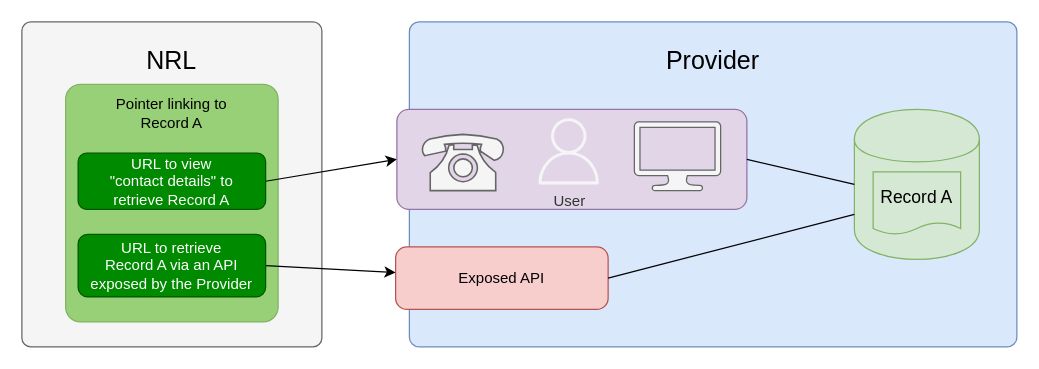
nhsconnect/FHIR-NRLS-API keeps this draw.io diagram as page "architecture/pointer_type_overview" (6 of 11) of images/NRL_images.drawio. Above is the earlier version. Source tidied: cells renumbered, new cells numbered last; positions are measured from the earlier drawing's top-left corner, leaving out a move shared by most shapes. Both pictures are drawn from the tidied source at 125%, with x=0, y=0 at pixel (21, 21).
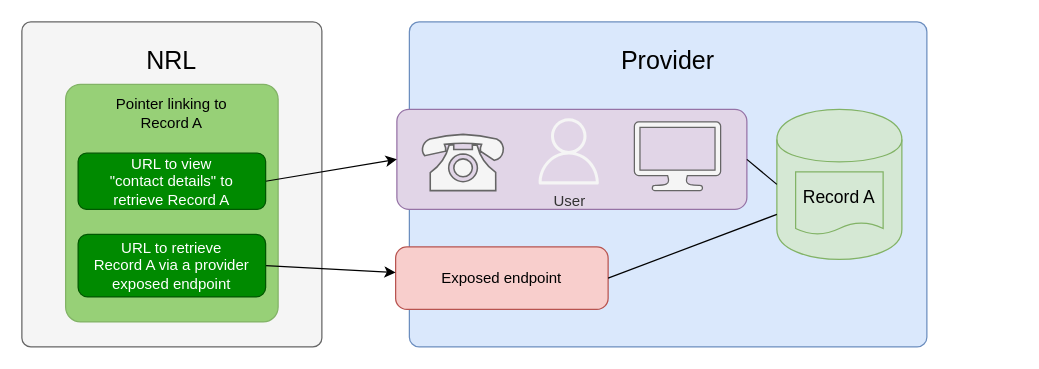
The same diagram, later.

Change to the diagram source:
```diff
@@
 <mxGraphModel>
   <root>
     <mxCell id="0" />
     <mxCell id="1" parent="0" />
     <mxCell id="2" style="rounded=1;whiteSpace=wrap;html=1;arcSize=3;fillColor=#f5f5f5;strokeColor=#666666;fontColor=#333333;" parent="1" vertex="1">
       <mxGeometry width="240" height="260" as="geometry" />
     </mxCell>
     <mxCell id="3" value="Pointer linking to&lt;br&gt;Record A &lt;br&gt;&lt;br&gt;&lt;br&gt;&lt;br&gt;&lt;br&gt;&lt;br&gt;&lt;br&gt;&lt;br&gt;&lt;br&gt;&lt;br&gt;&lt;br&gt;" style="rounded=1;whiteSpace=wrap;html=1;arcSize=7;fillColor=#97D077;strokeColor=#82b366;" parent="1" vertex="1">
       <mxGeometry x="35" y="50" width="170" height="190" as="geometry" />
     </mxCell>
     <mxCell id="4" style="rounded=1;whiteSpace=wrap;html=1;arcSize=3;fillColor=#dae8fc;strokeColor=#6c8ebf;" parent="1" vertex="1">
-      <mxGeometry x="310" width="486" height="260" as="geometry" />
+      <mxGeometry x="310" width="414" height="260" as="geometry" />
     </mxCell>
     <mxCell id="5" value="NRL" style="text;html=1;strokeColor=none;fillColor=none;align=center;verticalAlign=middle;whiteSpace=wrap;rounded=0;fontSize=20;" parent="1" vertex="1">
       <mxGeometry x="90" y="20" width="60" height="20" as="geometry" />
     </mxCell>
     <mxCell id="6" value="Provider" style="text;html=1;strokeColor=none;fillColor=none;align=center;verticalAlign=middle;whiteSpace=wrap;rounded=0;fontSize=20;" parent="1" vertex="1">
-      <mxGeometry x="483" y="20" width="140" height="20" as="geometry" />
+      <mxGeometry x="447" y="20" width="140" height="20" as="geometry" />
     </mxCell>
     <mxCell id="7" style="shape=cylinder;whiteSpace=wrap;html=1;boundedLbl=1;backgroundOutline=1;fontSize=20;fillColor=#d5e8d4;strokeColor=#82b366;" parent="1" vertex="1">
-      <mxGeometry x="666" y="70" width="100" height="120" as="geometry" />
+      <mxGeometry x="604" y="70" width="100" height="120" as="geometry" />
     </mxCell>
     <mxCell id="8" value="Record A" style="shape=document;whiteSpace=wrap;html=1;boundedLbl=1;fontSize=14;fillColor=#d5e8d4;strokeColor=#82b366;size=0.19;" parent="1" vertex="1">
-      <mxGeometry x="681" y="120" width="70" height="50" as="geometry" />
+      <mxGeometry x="619" y="120" width="70" height="50" as="geometry" />
     </mxCell>
-    <mxCell id="9" value="Exposed API" style="rounded=1;whiteSpace=wrap;html=1;arcSize=18;fillColor=#f8cecc;strokeColor=#b85450;" parent="1" vertex="1">
+    <mxCell id="9" value="Exposed endpoint" style="rounded=1;whiteSpace=wrap;html=1;arcSize=18;fillColor=#f8cecc;strokeColor=#b85450;" parent="1" vertex="1">
       <mxGeometry x="299" y="180" width="170" height="50" as="geometry" />
     </mxCell>
     <mxCell id="10" style="endArrow=none;startArrow=none;html=1;fontSize=14;exitX=1;exitY=0.5;exitDx=0;exitDy=0;entryX=0;entryY=0.7;entryDx=0;entryDy=0;startFill=0;endFill=0;" parent="1" edge="1" source="9" target="7">
       <mxGeometry relative="1" as="geometry" />
     </mxCell>
     <mxCell id="11" style="rounded=1;whiteSpace=wrap;html=1;arcSize=12;fillColor=#e1d5e7;strokeColor=#9673a6;" parent="1" vertex="1">
       <mxGeometry x="300" y="70" width="280" height="80" as="geometry" />
     </mxCell>
     <mxCell id="12" style="verticalAlign=top;verticalLabelPosition=bottom;labelPosition=center;align=center;html=1;gradientDirection=north;strokeWidth=2;shape=mxgraph.networks.phone_1;fillColor=#f5f5f5;strokeColor=#666666;fontColor=#333333;" parent="1" vertex="1">
       <mxGeometry x="320" y="90" width="66" height="45" as="geometry" />
     </mxCell>
     <mxCell id="13" value="User" style="fontColor=#333333;fillColor=#f5f5f5;strokeColor=#666666;dashed=0;verticalLabelPosition=bottom;verticalAlign=top;align=center;html=1;fontSize=12;fontStyle=0;shape=mxgraph.aws4.user;" parent="1" vertex="1">
       <mxGeometry x="411" y="77" width="53" height="53" as="geometry" />
     </mxCell>
     <mxCell id="14" style="shadow=0;dashed=0;html=1;strokeColor=#666666;fillColor=#f5f5f5;labelPosition=center;verticalLabelPosition=bottom;verticalAlign=top;align=center;shape=mxgraph.office.devices.lcd_monitor;fontSize=14;fontColor=#333333;" parent="1" vertex="1">
       <mxGeometry x="490" y="80" width="69" height="55" as="geometry" />
     </mxCell>
     <mxCell id="15" style="endArrow=none;startArrow=none;html=1;fontSize=14;exitX=1;exitY=0.5;exitDx=0;exitDy=0;entryX=0;entryY=0.5;entryDx=0;entryDy=0;startFill=0;endFill=0;" parent="1" edge="1" source="11" target="7">
       <mxGeometry relative="1" as="geometry" />
     </mxCell>
     <mxCell id="16" style="edgeStyle=none;rounded=0;jettySize=auto;html=1;exitX=1;exitY=0.5;exitDx=0;exitDy=0;entryX=0;entryY=0.5;entryDx=0;entryDy=0;fontSize=14;" parent="1" edge="1" source="18" target="11">
       <mxGeometry relative="1" as="geometry" />
     </mxCell>
     <mxCell id="17" style="edgeStyle=none;rounded=0;jettySize=auto;html=1;exitX=1;exitY=0.5;exitDx=0;exitDy=0;fontSize=14;" parent="1" edge="1" source="19" target="9">
       <mxGeometry relative="1" as="geometry" />
     </mxCell>
     <mxCell id="18" value="URL to view&lt;br&gt;&quot;contact details&quot; to&lt;br&gt;retrieve Record A" style="rounded=1;whiteSpace=wrap;html=1;fillColor=#008a00;strokeColor=#005700;fontColor=#ffffff;" parent="1" vertex="1">
       <mxGeometry x="45" y="105" width="150" height="45" as="geometry" />
     </mxCell>
-    <mxCell id="19" value="URL to retrieve &lt;br&gt;Record A via an API exposed by the Provider" style="rounded=1;whiteSpace=wrap;html=1;fillColor=#008a00;strokeColor=#005700;fontColor=#ffffff;" parent="1" vertex="1">
+    <mxCell id="19" value="URL to retrieve &lt;br&gt;Record A via a provider exposed endpoint" style="rounded=1;whiteSpace=wrap;html=1;fillColor=#008a00;strokeColor=#005700;fontColor=#ffffff;" parent="1" vertex="1">
       <mxGeometry x="45" y="170" width="150" height="50" as="geometry" />
     </mxCell>
   </root>
 </mxGraphModel>
```
